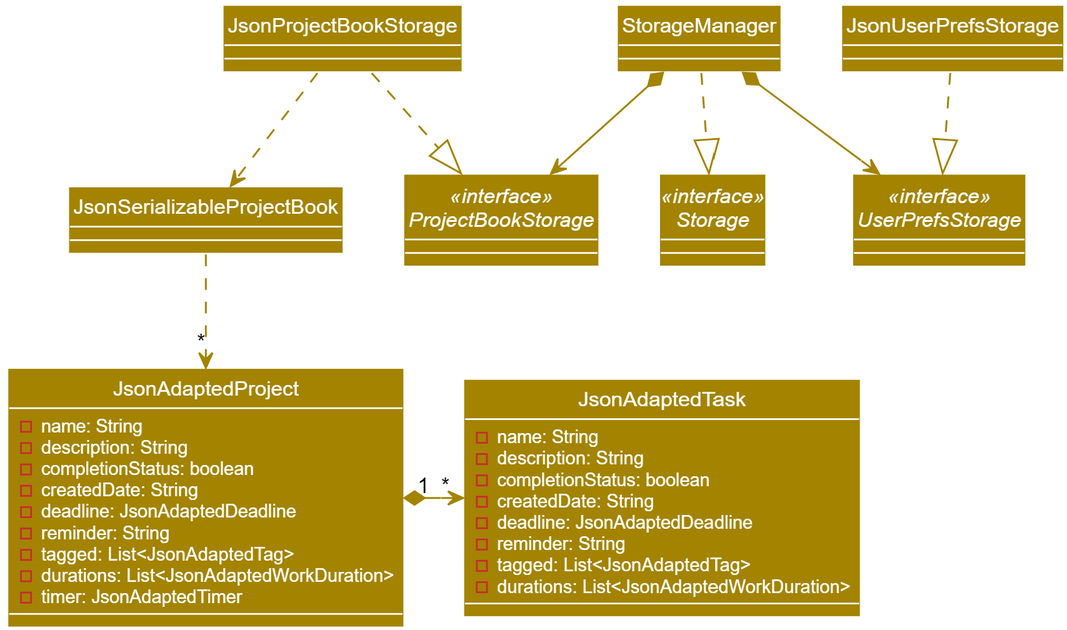
Before: docs/images/StorageClassDiagram.png, a diagram exported from PlantUML (pr4aveen/tp). Its source is kept beside it as docs/diagrams/StorageClassDiagram.puml.
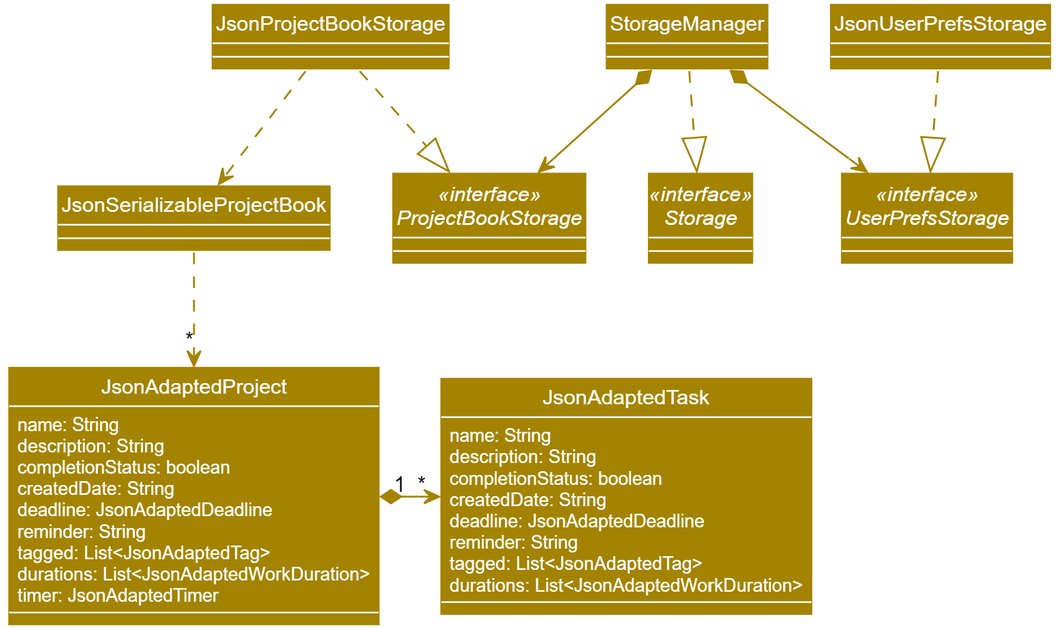
Later version of the same file.

The edit, as a diff of the source:
```diff
@@ -12,25 +12,25 @@
 class JsonUserPrefsStorage
 class JsonProjectBookStorage
 class JsonAdaptedProject {
-    - {field} name: String
-    - {field} description: String
-    - {field} completionStatus: boolean
-    - {field} createdDate: String
-    - {field} deadline: JsonAdaptedDeadline
-    - {field} reminder: String
-    - {field} tagged: List<JsonAdaptedTag>
-    - {field} durations: List<JsonAdaptedWorkDuration>
-    - {field} timer: JsonAdaptedTimer
+    {field} name: String
+    {field} description: String
+    {field} completionStatus: boolean
+    {field} createdDate: String
+    {field} deadline: JsonAdaptedDeadline
+    {field} reminder: String
+    {field} tagged: List<JsonAdaptedTag>
+    {field} durations: List<JsonAdaptedWorkDuration>
+    {field} timer: JsonAdaptedTimer
 }
 class JsonAdaptedTask {
-    - {field} name: String
-    - {field} description: String
-    - {field} completionStatus: boolean
-    - {field} createdDate: String
-    - {field} deadline: JsonAdaptedDeadline
-    - {field} reminder: String
-    - {field} tagged: List<JsonAdaptedTag>
-    - {field} durations: List<JsonAdaptedWorkDuration>
+    {field} name: String
+    {field} description: String
+    {field} completionStatus: boolean
+    {field} createdDate: String
+    {field} deadline: JsonAdaptedDeadline
+    {field} reminder: String
+    {field} tagged: List<JsonAdaptedTag>
+    {field} durations: List<JsonAdaptedWorkDuration>
 }
 
 StorageManager ..|> Storage
```
